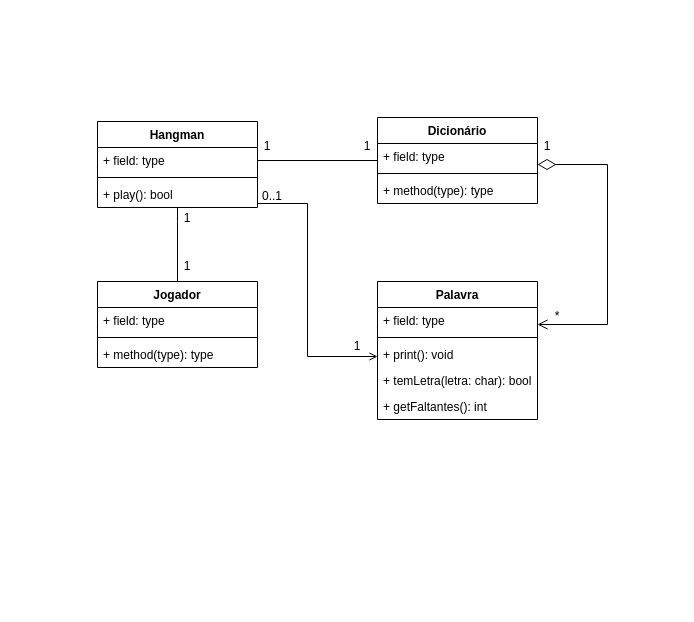
profmarcondes/prg22107_20241 keeps this draw.io diagram as hangman/docs/diagrama_classe.drawio. Above is the earlier version. Source tidied: cells renumbered, new cells numbered last; positions are measured from the earlier drawing's top-left corner, leaving out a move shared by most shapes. Both pictures are drawn from the tidied source at 100%, with x=0, y=0 at pixel (97, 117).
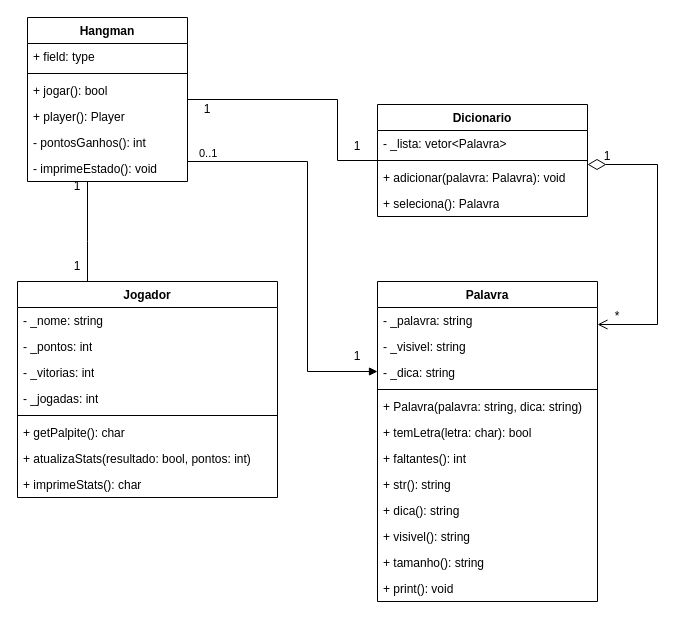
Above is the later version.

Unchanged cells that the change refers to:
```xml
<mxCell id="3" value="+ field: type" style="text;strokeColor=none;fillColor=none;align=left;verticalAlign=top;spacingLeft=4;spacingRight=4;overflow=hidden;points=[[0,0.5],[1,0.5]];portConstraint=eastwest;whiteSpace=wrap;html=1;" parent="2" vertex="1">
  <mxGeometry y="26" width="160" height="26" as="geometry" />
</mxCell>
```

Change to the diagram source:
```diff
@@
     <mxCell id="2" value="Hangman" style="swimlane;fontStyle=1;align=center;verticalAlign=top;horizontal=1;startSize=26;whiteSpace=wrap;html=1;" parent="1" vertex="1">
-      <mxGeometry y="4" width="160" height="86" as="geometry" />
+      <mxGeometry x="-70" y="-100" width="160" height="164" as="geometry" />
     </mxCell>
@@
+    <mxCell id="32" value="+ jogar(): bool" style="text;strokeColor=none;fillColor=none;align=left;verticalAlign=top;spacingLeft=4;spacingRight=4;overflow=hidden;whiteSpace=wrap;html=1;" parent="2" vertex="1">
+      <mxGeometry y="60" width="160" height="26" as="geometry" />
+    </mxCell>
+    <mxCell id="33" value="+ player(): Player" style="text;strokeColor=none;fillColor=none;align=left;verticalAlign=top;spacingLeft=4;spacingRight=4;overflow=hidden;whiteSpace=wrap;html=1;" parent="2" vertex="1">
+      <mxGeometry y="86" width="160" height="26" as="geometry" />
+    </mxCell>
+    <mxCell id="34" value="- pontosGanhos(): int" style="text;strokeColor=none;fillColor=none;align=left;verticalAlign=top;spacingLeft=4;spacingRight=4;overflow=hidden;whiteSpace=wrap;html=1;" parent="2" vertex="1">
+      <mxGeometry y="112" width="160" height="26" as="geometry" />
+    </mxCell>
-    <mxCell id="5" value="+ play(): bool" style="text;strokeColor=none;fillColor=none;align=left;verticalAlign=top;spacingLeft=4;spacingRight=4;overflow=hidden;points=[[0,0.5],[1,0.5]];portConstraint=eastwest;whiteSpace=wrap;html=1;" parent="2" vertex="1">
-      <mxGeometry y="60" width="160" height="26" as="geometry" />
+    <mxCell id="5" value="- imprimeEstado(): void" style="text;strokeColor=none;fillColor=none;align=left;verticalAlign=top;spacingLeft=4;spacingRight=4;overflow=hidden;points=[[0,0.5],[1,0.5]];portConstraint=eastwest;whiteSpace=wrap;html=1;" parent="2" vertex="1">
+      <mxGeometry y="138" width="160" height="26" as="geometry" />
     </mxCell>
     <mxCell id="6" value="Palavra" style="swimlane;fontStyle=1;align=center;verticalAlign=top;horizontal=1;startSize=26;whiteSpace=wrap;html=1;" parent="1" vertex="1">
-      <mxGeometry x="280" y="164" width="160" height="138" as="geometry" />
+      <mxGeometry x="280" y="164" width="220" height="320" as="geometry" />
     </mxCell>
-    <mxCell id="7" value="+ field: type" style="text;strokeColor=none;fillColor=none;align=left;verticalAlign=top;spacingLeft=4;spacingRight=4;overflow=hidden;whiteSpace=wrap;html=1;" parent="6" vertex="1">
-      <mxGeometry y="26" width="160" height="26" as="geometry" />
-    </mxCell>
+    <mxCell id="35" value="- _palavra: string" style="text;strokeColor=none;fillColor=none;align=left;verticalAlign=top;spacingLeft=4;spacingRight=4;overflow=hidden;whiteSpace=wrap;html=1;" parent="6" vertex="1">
+      <mxGeometry y="26" width="220" height="26" as="geometry" />
+    </mxCell>
+    <mxCell id="36" value="- _visivel: string" style="text;strokeColor=none;fillColor=none;align=left;verticalAlign=top;spacingLeft=4;spacingRight=4;overflow=hidden;whiteSpace=wrap;html=1;" parent="6" vertex="1">
+      <mxGeometry y="52" width="220" height="26" as="geometry" />
+    </mxCell>
+    <mxCell id="37" value="- _dica: string" style="text;strokeColor=none;fillColor=none;align=left;verticalAlign=top;spacingLeft=4;spacingRight=4;overflow=hidden;whiteSpace=wrap;html=1;" parent="6" vertex="1">
+      <mxGeometry y="78" width="220" height="26" as="geometry" />
+    </mxCell>
     <mxCell id="8" style="line;strokeWidth=1;fillColor=none;align=left;verticalAlign=middle;spacingTop=-1;spacingLeft=3;spacingRight=3;labelPosition=right;strokeColor=inherit;" parent="6" vertex="1">
-      <mxGeometry y="52" width="160" height="8" as="geometry" />
+      <mxGeometry y="104" width="220" height="8" as="geometry" />
     </mxCell>
-    <mxCell id="9" value="+ print(): void" style="text;strokeColor=none;fillColor=none;align=left;verticalAlign=top;spacingLeft=4;spacingRight=4;overflow=hidden;whiteSpace=wrap;html=1;" parent="6" vertex="1">
-      <mxGeometry y="60" width="160" height="26" as="geometry" />
+    <mxCell id="9" value="+ Palavra(palavra: string, dica: string)" style="text;strokeColor=none;fillColor=none;align=left;verticalAlign=top;spacingLeft=4;spacingRight=4;overflow=hidden;whiteSpace=wrap;html=1;" parent="6" vertex="1">
+      <mxGeometry y="112" width="220" height="26" as="geometry" />
     </mxCell>
     <mxCell id="10" value="+ temLetra(letra: char): bool" style="text;strokeColor=none;fillColor=none;align=left;verticalAlign=top;spacingLeft=4;spacingRight=4;overflow=hidden;whiteSpace=wrap;html=1;" parent="6" vertex="1">
-      <mxGeometry y="86" width="160" height="26" as="geometry" />
+      <mxGeometry y="138" width="220" height="26" as="geometry" />
     </mxCell>
-    <mxCell id="11" value="+ getFaltantes(): int" style="text;strokeColor=none;fillColor=none;align=left;verticalAlign=top;spacingLeft=4;spacingRight=4;overflow=hidden;whiteSpace=wrap;html=1;" parent="6" vertex="1">
-      <mxGeometry y="112" width="160" height="26" as="geometry" />
+    <mxCell id="11" value="+ faltantes(): int" style="text;strokeColor=none;fillColor=none;align=left;verticalAlign=top;spacingLeft=4;spacingRight=4;overflow=hidden;whiteSpace=wrap;html=1;" parent="6" vertex="1">
+      <mxGeometry y="164" width="220" height="26" as="geometry" />
     </mxCell>
+    <mxCell id="38" value="+ str(): string" style="text;strokeColor=none;fillColor=none;align=left;verticalAlign=top;spacingLeft=4;spacingRight=4;overflow=hidden;whiteSpace=wrap;html=1;" parent="6" vertex="1">
+      <mxGeometry y="190" width="220" height="26" as="geometry" />
+    </mxCell>
+    <mxCell id="39" value="+ dica(): string" style="text;strokeColor=none;fillColor=none;align=left;verticalAlign=top;spacingLeft=4;spacingRight=4;overflow=hidden;whiteSpace=wrap;html=1;" parent="6" vertex="1">
+      <mxGeometry y="216" width="220" height="26" as="geometry" />
+    </mxCell>
+    <mxCell id="40" value="+ visivel(): string" style="text;strokeColor=none;fillColor=none;align=left;verticalAlign=top;spacingLeft=4;spacingRight=4;overflow=hidden;whiteSpace=wrap;html=1;" parent="6" vertex="1">
+      <mxGeometry y="242" width="220" height="26" as="geometry" />
+    </mxCell>
+    <mxCell id="41" value="+ tamanho(): string" style="text;strokeColor=none;fillColor=none;align=left;verticalAlign=top;spacingLeft=4;spacingRight=4;overflow=hidden;whiteSpace=wrap;html=1;" parent="6" vertex="1">
+      <mxGeometry y="268" width="220" height="26" as="geometry" />
+    </mxCell>
+    <mxCell id="42" value="+ print(): void" style="text;strokeColor=none;fillColor=none;align=left;verticalAlign=top;spacingLeft=4;spacingRight=4;overflow=hidden;whiteSpace=wrap;html=1;" parent="6" vertex="1">
+      <mxGeometry y="294" width="220" height="26" as="geometry" />
+    </mxCell>
     <mxCell id="12" value="Jogador" style="swimlane;fontStyle=1;align=center;verticalAlign=top;horizontal=1;startSize=26;whiteSpace=wrap;html=1;" parent="1" vertex="1">
-      <mxGeometry y="164" width="160" height="86" as="geometry" />
+      <mxGeometry x="-80" y="164" width="260" height="216" as="geometry" />
     </mxCell>
+    <mxCell id="43" value="- _nome: string" style="text;strokeColor=none;fillColor=none;align=left;verticalAlign=top;spacingLeft=4;spacingRight=4;overflow=hidden;whiteSpace=wrap;html=1;" parent="12" vertex="1">
+      <mxGeometry y="26" width="260" height="26" as="geometry" />
+    </mxCell>
+    <mxCell id="44" value="- _pontos: int" style="text;strokeColor=none;fillColor=none;align=left;verticalAlign=top;spacingLeft=4;spacingRight=4;overflow=hidden;whiteSpace=wrap;html=1;" parent="12" vertex="1">
+      <mxGeometry y="52" width="260" height="26" as="geometry" />
+    </mxCell>
+    <mxCell id="45" value="- _vitorias: int" style="text;strokeColor=none;fillColor=none;align=left;verticalAlign=top;spacingLeft=4;spacingRight=4;overflow=hidden;whiteSpace=wrap;html=1;" parent="12" vertex="1">
+      <mxGeometry y="78" width="260" height="26" as="geometry" />
+    </mxCell>
-    <mxCell id="13" value="+ field: type" style="text;strokeColor=none;fillColor=none;align=left;verticalAlign=top;spacingLeft=4;spacingRight=4;overflow=hidden;whiteSpace=wrap;html=1;" parent="12" vertex="1">
-      <mxGeometry y="26" width="160" height="26" as="geometry" />
+    <mxCell id="13" value="- _jogadas: int" style="text;strokeColor=none;fillColor=none;align=left;verticalAlign=top;spacingLeft=4;spacingRight=4;overflow=hidden;whiteSpace=wrap;html=1;" parent="12" vertex="1">
+      <mxGeometry y="104" width="260" height="26" as="geometry" />
     </mxCell>
     <mxCell id="14" style="line;strokeWidth=1;fillColor=none;align=left;verticalAlign=middle;spacingTop=-1;spacingLeft=3;spacingRight=3;labelPosition=right;strokeColor=inherit;" parent="12" vertex="1">
-      <mxGeometry y="52" width="160" height="8" as="geometry" />
+      <mxGeometry y="130" width="260" height="8" as="geometry" />
     </mxCell>
-    <mxCell id="15" value="+ method(type): type" style="text;strokeColor=none;fillColor=none;align=left;verticalAlign=top;spacingLeft=4;spacingRight=4;overflow=hidden;whiteSpace=wrap;html=1;" parent="12" vertex="1">
-      <mxGeometry y="60" width="160" height="26" as="geometry" />
+    <mxCell id="15" value="+ getPalpite(): char" style="whiteSpace=wrap;html=1;align=left;verticalAlign=top;fillColor=none;strokeColor=none;gradientColor=none;spacingLeft=4;spacingRight=4;rotation=0;" parent="12" vertex="1">
+      <mxGeometry y="138" width="260" height="26" as="geometry" />
     </mxCell>
+    <mxCell id="46" value="+ atualizaStats(resultado: bool, pontos: int)" style="whiteSpace=wrap;html=1;align=left;verticalAlign=top;fillColor=none;strokeColor=none;gradientColor=none;spacingLeft=4;spacingRight=4;rotation=0;" parent="12" vertex="1">
+      <mxGeometry y="164" width="260" height="26" as="geometry" />
+    </mxCell>
+    <mxCell id="47" value="+ imprimeStats(): char" style="whiteSpace=wrap;html=1;align=left;verticalAlign=top;fillColor=none;strokeColor=none;gradientColor=none;spacingLeft=4;spacingRight=4;rotation=0;" parent="12" vertex="1">
+      <mxGeometry y="190" width="260" height="26" as="geometry" />
+    </mxCell>
     <mxCell id="16" style="edgeStyle=orthogonalEdgeStyle;rounded=0;jettySize=auto;html=1;endArrow=open;endFill=0;startArrow=diamondThin;startFill=0;endSize=8;startSize=16;" parent="1" edge="1" source="17" target="6">
       <mxGeometry relative="1" as="geometry">
         <Array as="points">
-          <mxPoint x="510" y="47" />
-          <mxPoint x="510" y="207" />
+          <mxPoint x="560" y="47" />
+          <mxPoint x="560" y="207" />
         </Array>
       </mxGeometry>
     </mxCell>
-    <mxCell id="17" value="Dicionário" style="swimlane;fontStyle=1;align=center;verticalAlign=top;horizontal=1;startSize=26;whiteSpace=wrap;html=1;" parent="1" vertex="1">
-      <mxGeometry x="280" width="160" height="86" as="geometry" />
+    <mxCell id="17" value="Dicionario" style="swimlane;fontStyle=1;align=center;verticalAlign=top;horizontal=1;startSize=26;whiteSpace=wrap;html=1;" parent="1" vertex="1">
+      <mxGeometry x="280" y="-13" width="210" height="112" as="geometry" />
     </mxCell>
-    <mxCell id="18" value="+ field: type" style="text;strokeColor=none;fillColor=none;align=left;verticalAlign=top;spacingLeft=4;spacingRight=4;overflow=hidden;whiteSpace=wrap;html=1;" parent="17" vertex="1">
-      <mxGeometry y="26" width="160" height="26" as="geometry" />
+    <mxCell id="18" value="- _lista: vetor&amp;lt;Palavra&amp;gt;" style="text;strokeColor=none;fillColor=none;align=left;verticalAlign=top;spacingLeft=4;spacingRight=4;overflow=hidden;whiteSpace=wrap;html=1;" parent="17" vertex="1">
+      <mxGeometry y="26" width="210" height="26" as="geometry" />
     </mxCell>
     <mxCell id="19" style="line;strokeWidth=1;fillColor=none;align=left;verticalAlign=middle;spacingTop=-1;spacingLeft=3;spacingRight=3;labelPosition=right;strokeColor=inherit;" parent="17" vertex="1">
-      <mxGeometry y="52" width="160" height="8" as="geometry" />
+      <mxGeometry y="52" width="210" height="8" as="geometry" />
     </mxCell>
-    <mxCell id="20" value="+ method(type): type" style="text;strokeColor=none;fillColor=none;align=left;verticalAlign=top;spacingLeft=4;spacingRight=4;overflow=hidden;whiteSpace=wrap;html=1;" parent="17" vertex="1">
-      <mxGeometry y="60" width="160" height="26" as="geometry" />
+    <mxCell id="20" value="+ adicionar(palavra: Palavra): void" style="text;strokeColor=none;fillColor=none;align=left;verticalAlign=top;spacingLeft=4;spacingRight=4;overflow=hidden;whiteSpace=wrap;html=1;" parent="17" vertex="1">
+      <mxGeometry y="60" width="210" height="26" as="geometry" />
     </mxCell>
+    <mxCell id="48" value="+ seleciona(): Palavra" style="text;strokeColor=none;fillColor=none;align=left;verticalAlign=top;spacingLeft=4;spacingRight=4;overflow=hidden;whiteSpace=wrap;html=1;" parent="17" vertex="1">
+      <mxGeometry y="86" width="210" height="26" as="geometry" />
+    </mxCell>
     <mxCell id="21" style="edgeStyle=orthogonalEdgeStyle;rounded=0;jettySize=auto;html=1;endArrow=none;endFill=0;" parent="1" edge="1" source="5" target="12">
       <mxGeometry relative="1" as="geometry">
         <Array as="points">
-          <mxPoint x="80" y="104" />
-          <mxPoint x="80" y="104" />
+          <mxPoint x="-10" y="124" />
+          <mxPoint x="-10" y="124" />
         </Array>
       </mxGeometry>
     </mxCell>
     <mxCell id="22" value="1" style="text;html=1;align=center;verticalAlign=middle;whiteSpace=wrap;rounded=0;" parent="1" vertex="1">
-      <mxGeometry x="80" y="144" width="20" height="10" as="geometry" />
+      <mxGeometry x="-30" y="144" width="20" height="10" as="geometry" />
     </mxCell>
     <mxCell id="23" value="1" style="text;html=1;align=center;verticalAlign=middle;whiteSpace=wrap;rounded=0;" parent="1" vertex="1">
-      <mxGeometry x="80" y="96" width="20" height="10" as="geometry" />
+      <mxGeometry x="-30" y="64" width="20" height="10" as="geometry" />
     </mxCell>
     <mxCell id="24" value="1" style="text;html=1;align=center;verticalAlign=middle;whiteSpace=wrap;rounded=0;" parent="1" vertex="1">
-      <mxGeometry x="440" y="24" width="20" height="10" as="geometry" />
+      <mxGeometry x="500" y="34" width="20" height="10" as="geometry" />
     </mxCell>
     <mxCell id="25" value="*" style="text;html=1;align=center;verticalAlign=middle;whiteSpace=wrap;rounded=0;" parent="1" vertex="1">
-      <mxGeometry x="450" y="194" width="20" height="10" as="geometry" />
+      <mxGeometry x="510" y="194" width="20" height="10" as="geometry" />
     </mxCell>
-    <mxCell id="26" style="edgeStyle=orthogonalEdgeStyle;rounded=0;orthogonalLoop=1;jettySize=auto;html=1;endArrow=open;endFill=0;" parent="1" edge="1">
-      <mxGeometry relative="1" as="geometry">
-        <mxPoint x="160" y="86" as="sourcePoint" />
-        <mxPoint x="280" y="239" as="targetPoint" />
-        <Array as="points">
-          <mxPoint x="210" y="86" />
-          <mxPoint x="210" y="239" />
-        </Array>
-      </mxGeometry>
-    </mxCell>
-    <mxCell id="27" style="rounded=0;jettySize=auto;html=1;endArrow=none;endFill=0;" parent="1" edge="1" source="3" target="17">
-      <mxGeometry relative="1" as="geometry" />
+    <mxCell id="27" style="rounded=0;jettySize=auto;html=1;endArrow=none;endFill=0;edgeStyle=orthogonalEdgeStyle;" parent="1" edge="1" source="2" target="17">
+      <mxGeometry relative="1" as="geometry">
+        <Array as="points">
+          <mxPoint x="240" y="-18" />
+          <mxPoint x="240" y="43" />
+        </Array>
+      </mxGeometry>
     </mxCell>
     <mxCell id="28" value="1" style="text;html=1;align=center;verticalAlign=middle;whiteSpace=wrap;rounded=0;" parent="1" vertex="1">
-      <mxGeometry x="160" y="24" width="20" height="10" as="geometry" />
+      <mxGeometry x="100" y="-13" width="20" height="10" as="geometry" />
     </mxCell>
     <mxCell id="29" value="1" style="text;html=1;align=center;verticalAlign=middle;whiteSpace=wrap;rounded=0;" parent="1" vertex="1">
-      <mxGeometry x="260" y="24" width="20" height="10" as="geometry" />
+      <mxGeometry x="250" y="24" width="20" height="10" as="geometry" />
     </mxCell>
     <mxCell id="30" value="1" style="text;html=1;align=center;verticalAlign=middle;whiteSpace=wrap;rounded=0;" parent="1" vertex="1">
-      <mxGeometry x="250" y="224" width="20" height="10" as="geometry" />
+      <mxGeometry x="250" y="234" width="20" height="10" as="geometry" />
     </mxCell>
+    <mxCell id="49" style="endArrow=block;endFill=1;html=1;edgeStyle=orthogonalEdgeStyle;align=left;verticalAlign=top;rounded=0;" parent="1" edge="1" source="2" target="6">
+      <mxGeometry x="-0.89" y="-10" relative="1" as="geometry">
+        <Array as="points">
+          <mxPoint x="210" y="44" />
+          <mxPoint x="210" y="254" />
+        </Array>
+      </mxGeometry>
+    </mxCell>
-    <mxCell id="31" value="0..1" style="text;html=1;align=center;verticalAlign=middle;whiteSpace=wrap;rounded=0;" parent="1" vertex="1">
-      <mxGeometry x="165" y="74" width="20" height="10" as="geometry" />
+    <mxCell id="31" value="0..1" style="edgeLabel;html=1;align=left;verticalAlign=bottom;" parent="49" vertex="1">
+      <mxGeometry x="-1" relative="1" as="geometry">
+        <mxPoint x="10" as="offset" />
+      </mxGeometry>
     </mxCell>
```
